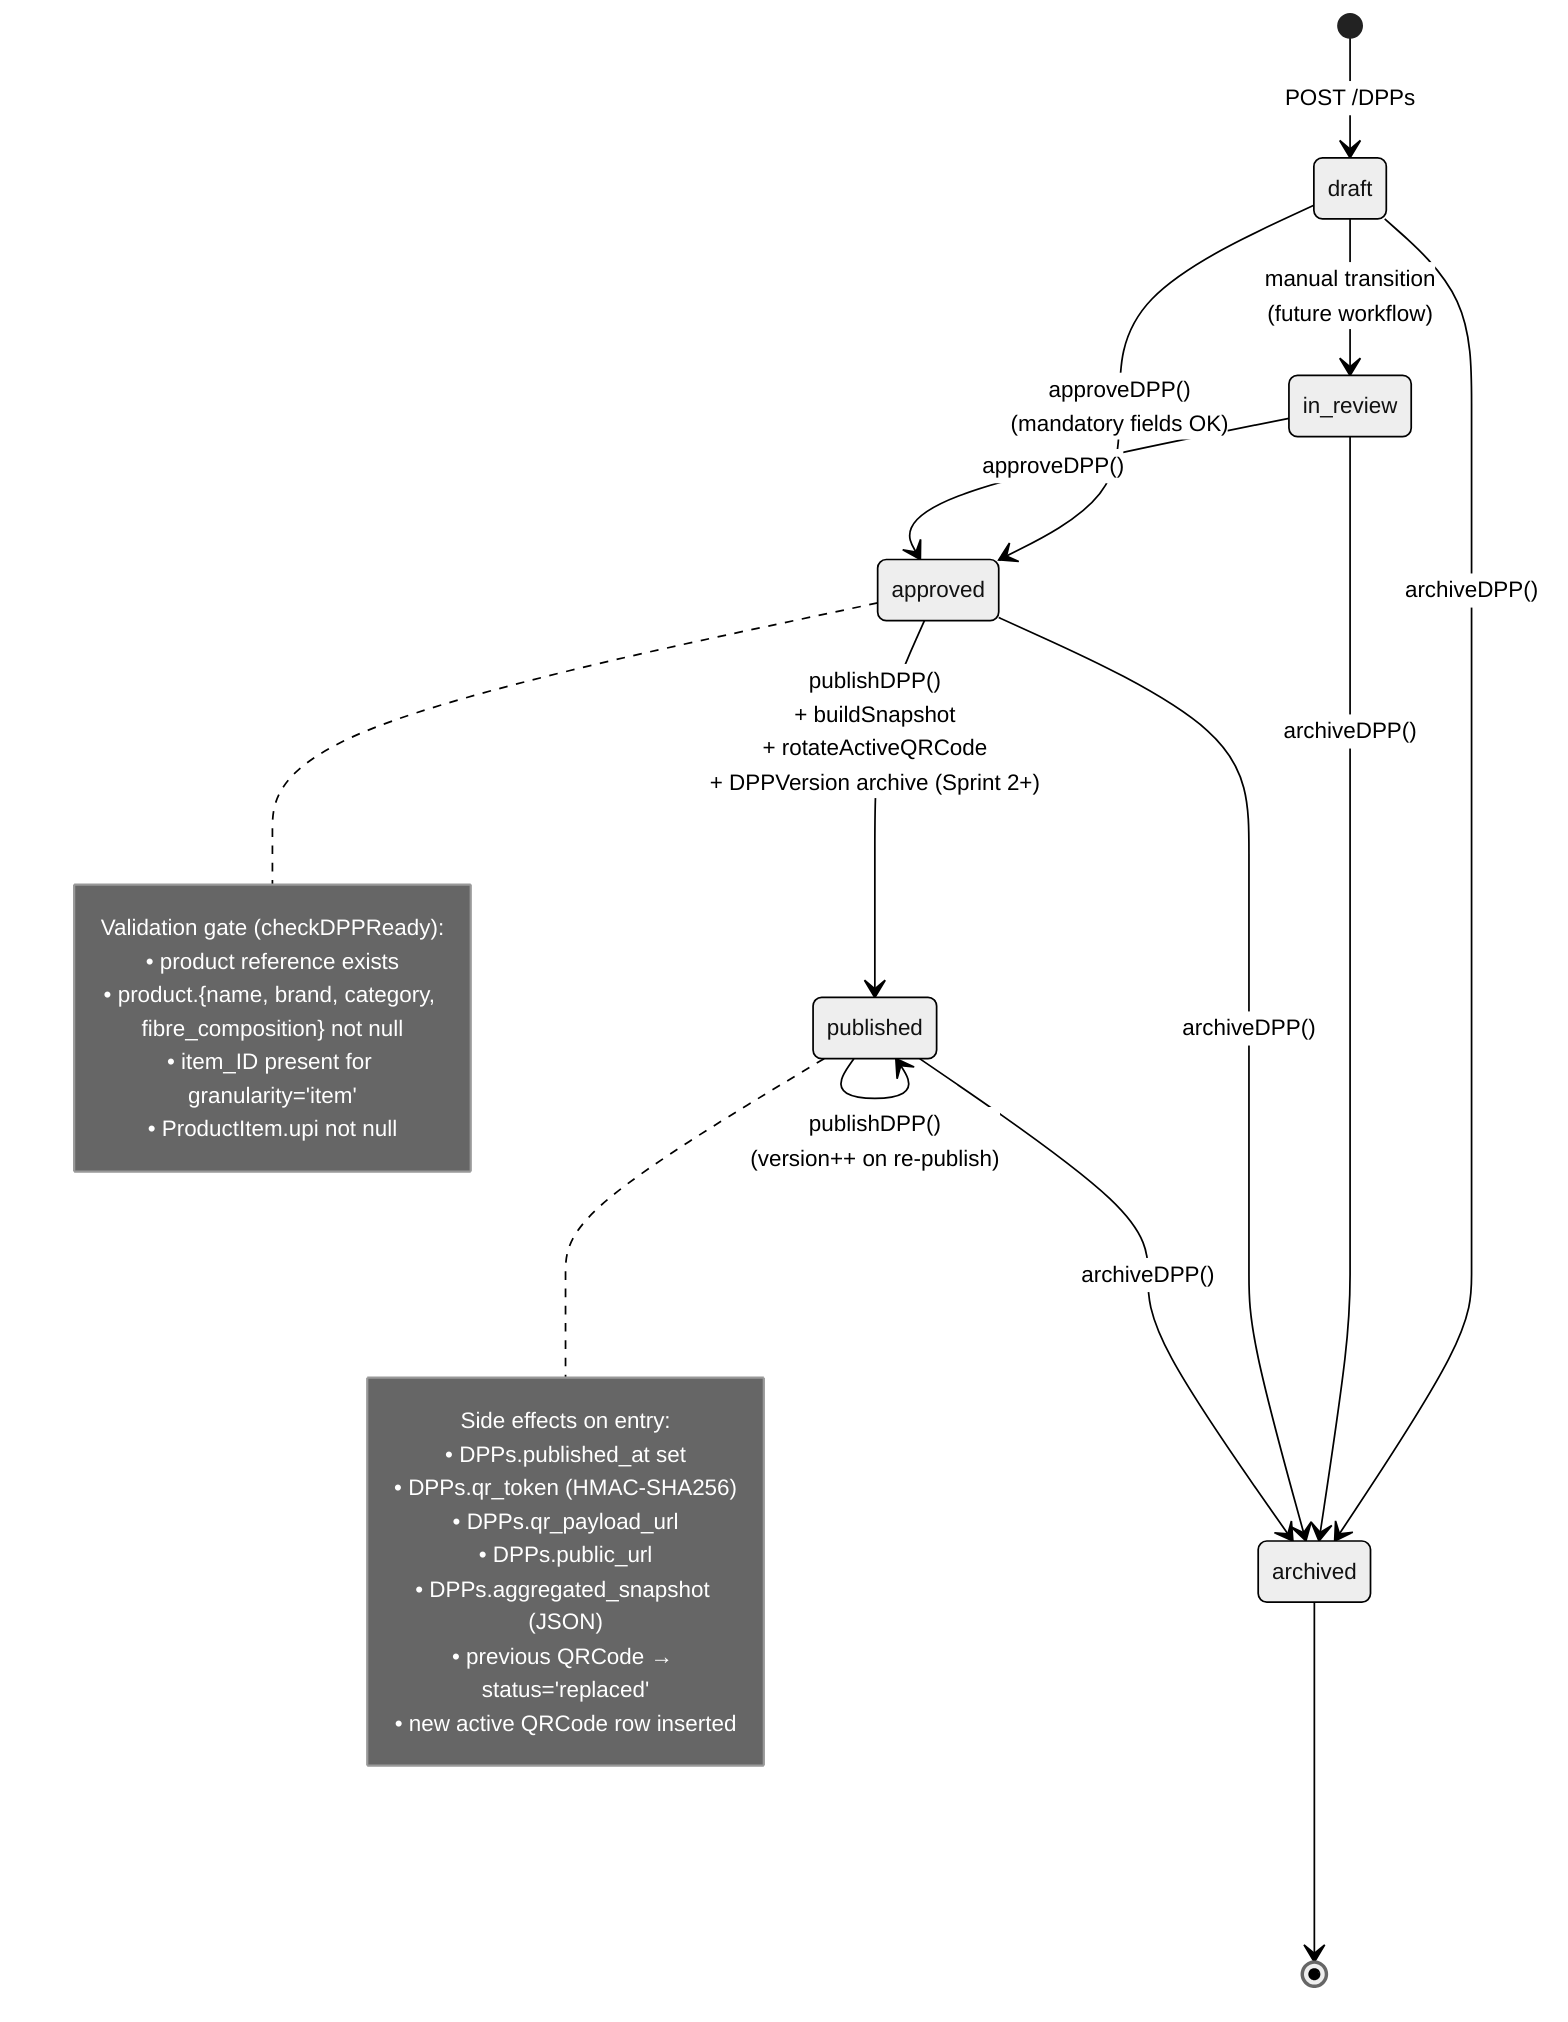
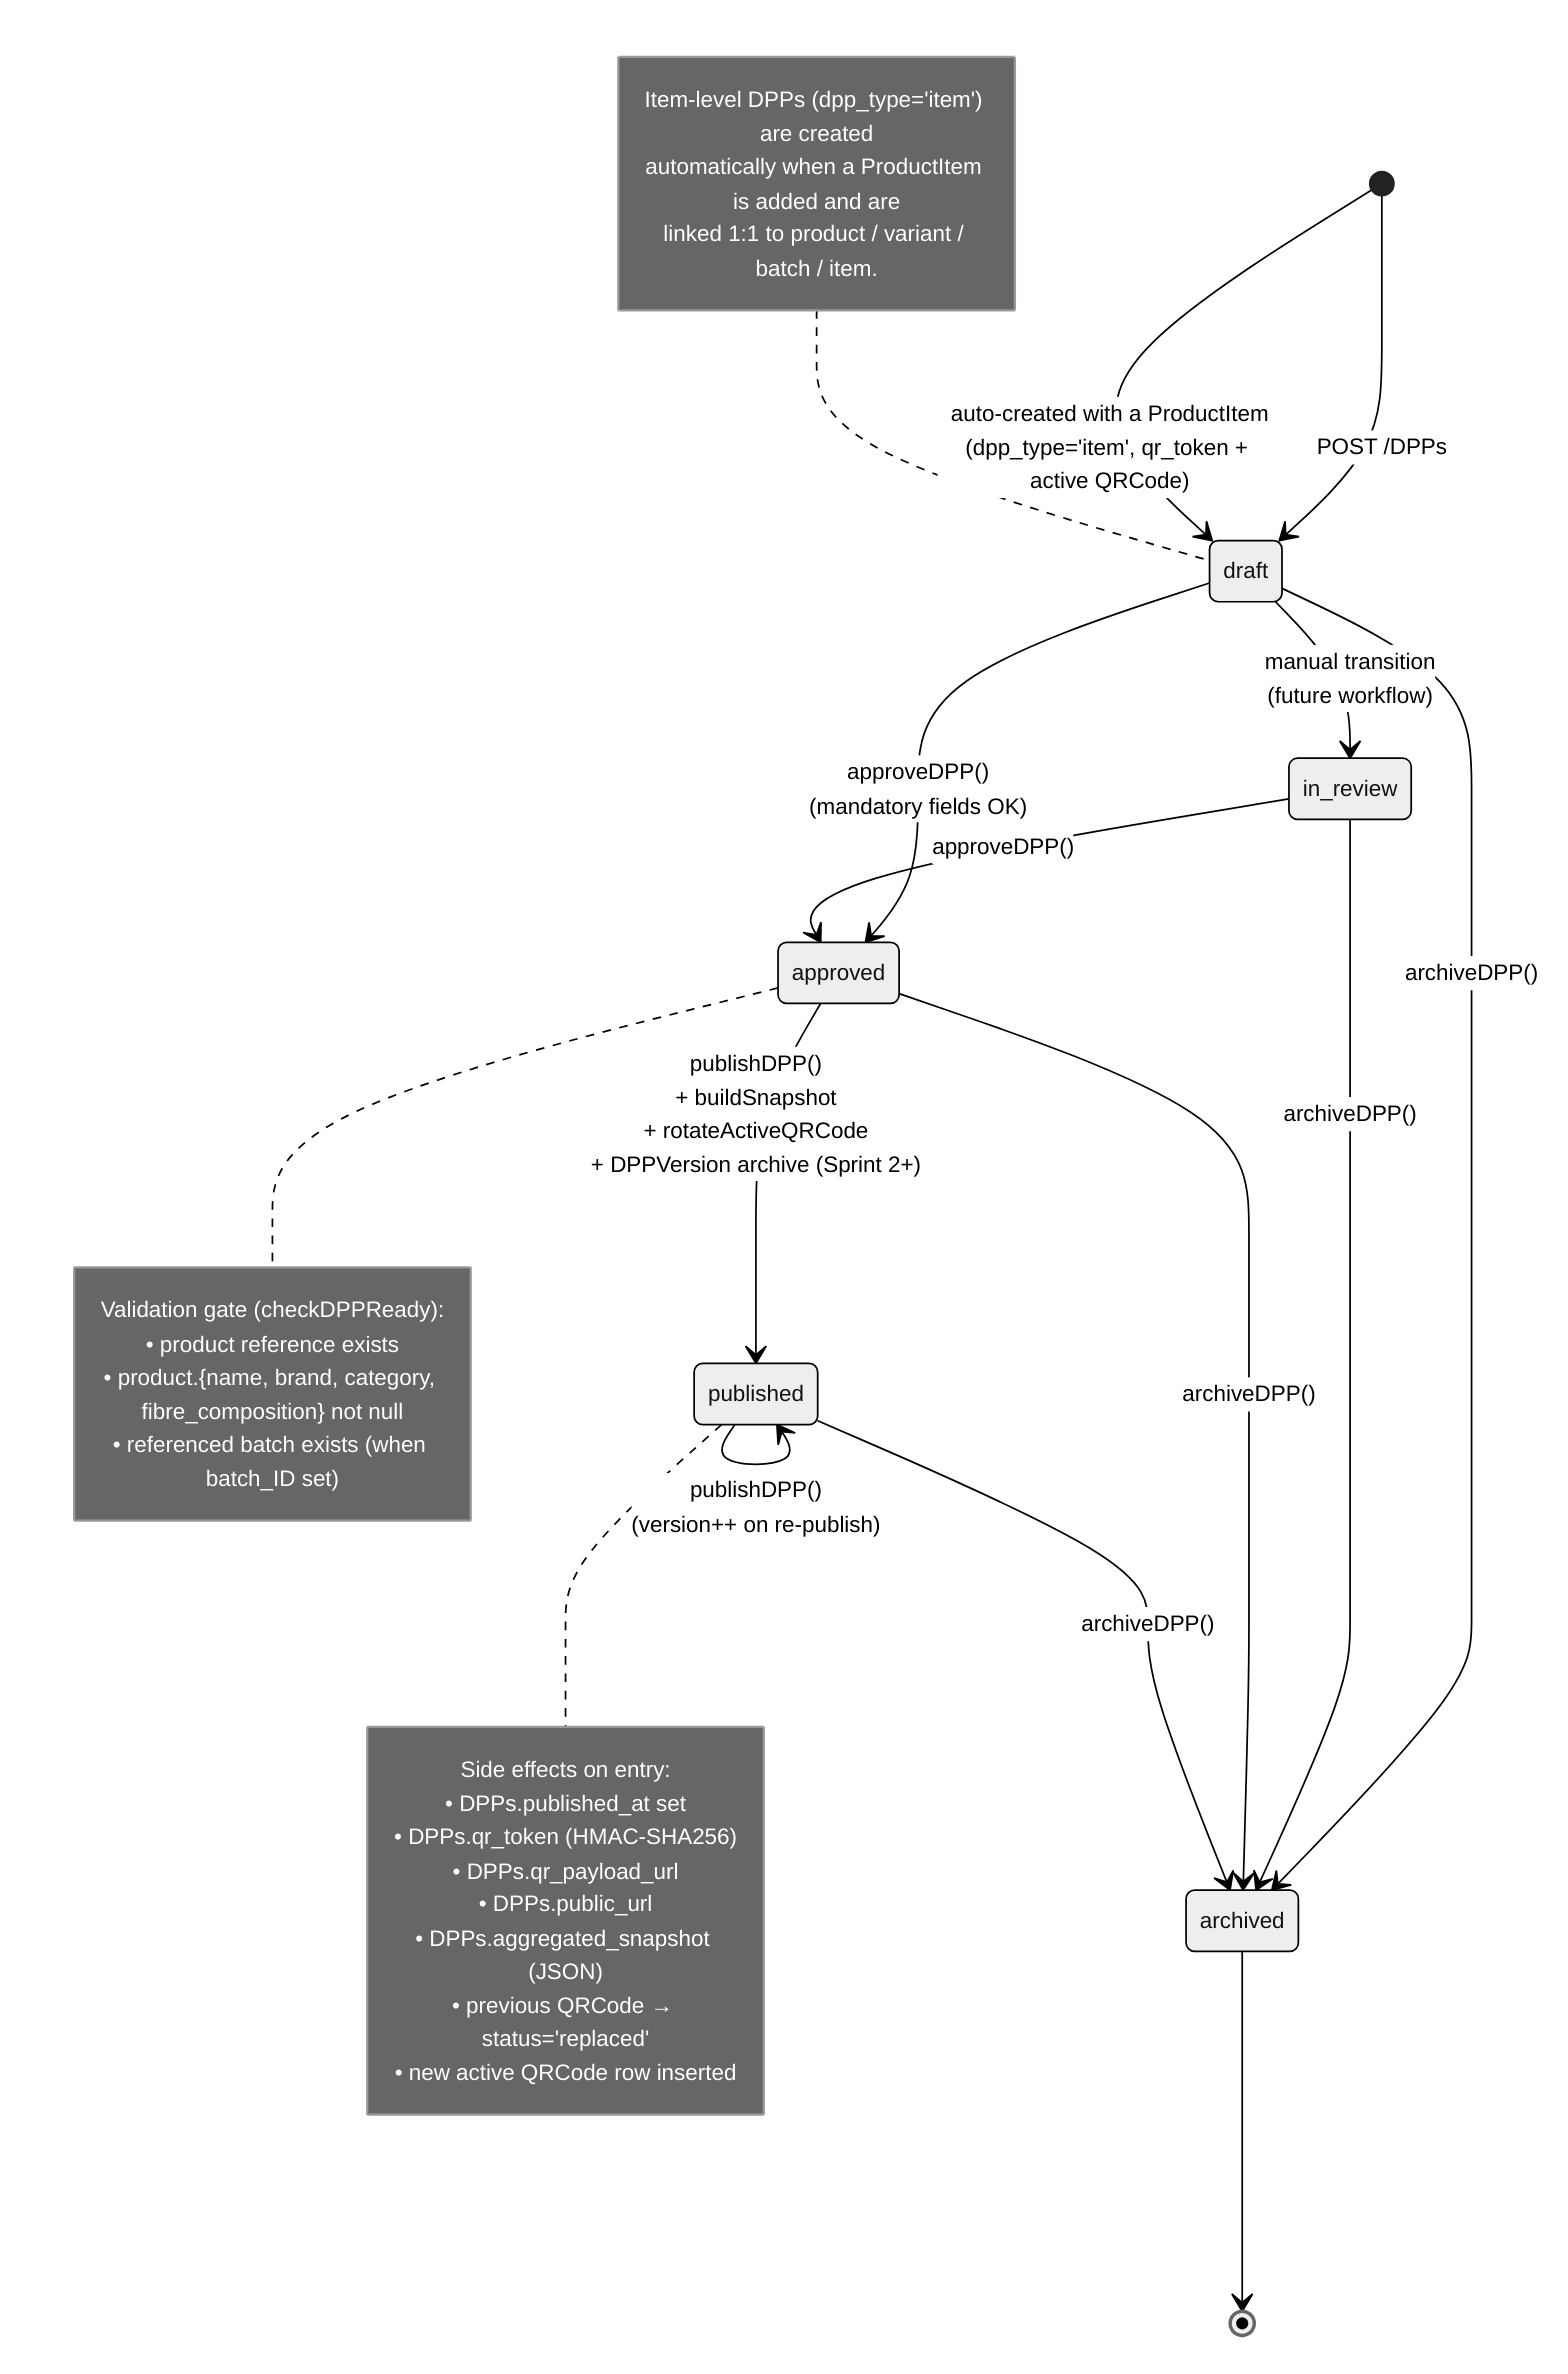
%%{init: {'theme':'neutral', 'themeVariables': { 'fontSize': '13px'}}}%%
stateDiagram-v2
    [*] --> draft : POST /DPPs
+     [*] --> draft : auto-created with a ProductItem<br/>(dpp_type='item', qr_token + active QRCode)

    draft --> approved : approveDPP()<br/>(mandatory fields OK)
    draft --> in_review : manual transition<br/>(future workflow)
    in_review --> approved : approveDPP()

    approved --> published : publishDPP()<br/>+ buildSnapshot<br/>+ rotateActiveQRCode<br/>+ DPPVersion archive (Sprint 2+)

    published --> published : publishDPP()<br/>(version++ on re-publish)

    draft --> archived : archiveDPP()
    in_review --> archived : archiveDPP()
    approved --> archived : archiveDPP()
    published --> archived : archiveDPP()

    archived --> [*]

    note right of published
        Side effects on entry:
        • DPPs.published_at set
        • DPPs.qr_token (HMAC-SHA256)
        • DPPs.qr_payload_url
        • DPPs.public_url
        • DPPs.aggregated_snapshot (JSON)
        • previous QRCode → status='replaced'
        • new active QRCode row inserted
    end note

    note right of approved
        Validation gate (checkDPPReady):
        • product reference exists
        • product.{name, brand, category, fibre_composition} not null
-         • item_ID present for granularity='item'
-         • ProductItem.upi not null
+         • referenced batch exists (when batch_ID set)
    end note
+ 
+     note left of draft
+         Item-level DPPs (dpp_type='item') are created
+         automatically when a ProductItem is added and are
+         linked 1:1 to product / variant / batch / item.
+     end note
